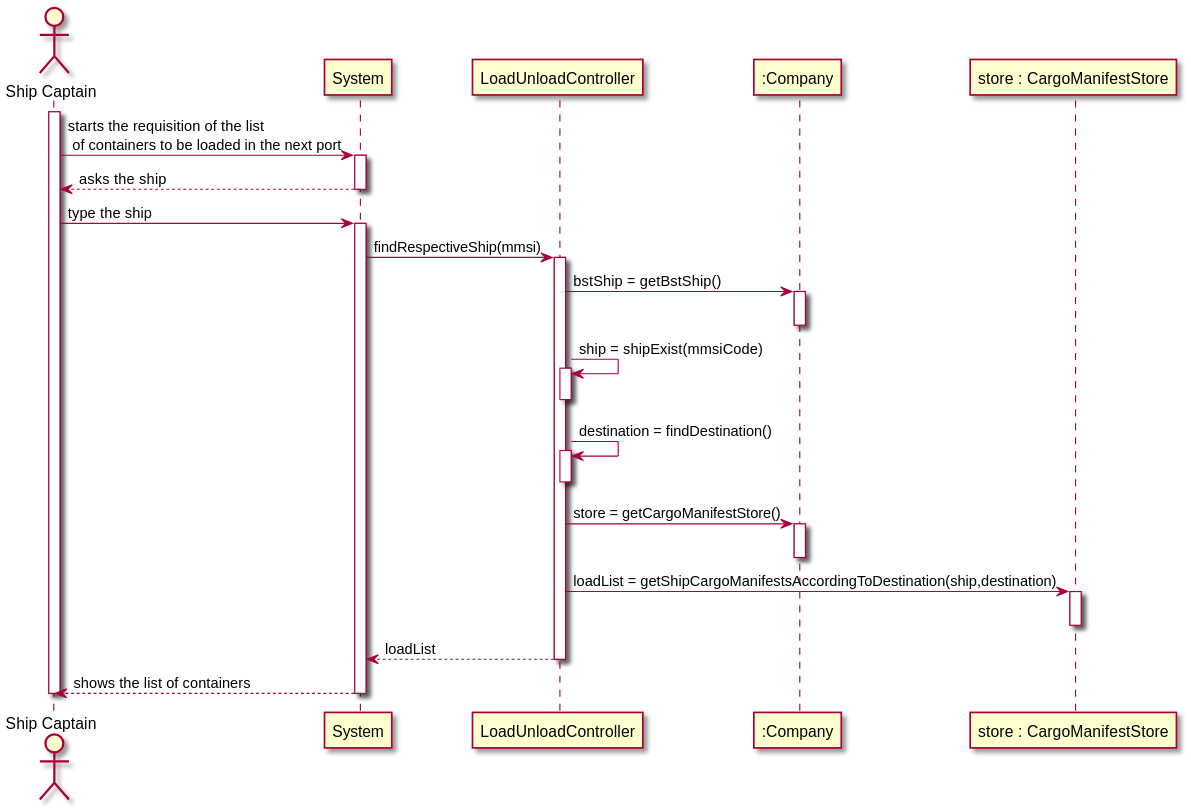
This is docs/US206/US206_SD.svg from 0franciscor/lapr3-2021-g042, a PlantUML export, as it was before one commit. The source it was exported from:
```plantuml
@startuml
actor "Ship Captain" as SC
participant "System" as SY
participant "LoadUnloadController" as CTR
participant ":Company" as CP
participant "store : CargoManifestStore" as ST

activate SC
SC -> SY : starts the requisition of the list \n of containers to be loaded in the next port
activate SY



SY --> SC : asks the ship
deactivate SY
SC -> SY : type the ship

activate SY
SY -> CTR: findRespectiveShip(mmsi)
activate CTR
CTR -> CP : bstShip = getBstShip()
activate CP
deactivate CP

CTR -> CTR: ship = shipExist(mmsiCode)
activate CTR
deactivate CTR
CTR -> CTR : destination = findDestination()
activate CTR
deactivate CTR
CTR ->CP : store = getCargoManifestStore()
activate CP
deactivate CP
CTR -> ST :loadList = getShipCargoManifestsAccordingToDestination(ship,destination)
activate ST
deactivate ST

CTR --> SY : loadList

deactivate CTR
SY --> SC : shows the list of containers
deactivate SY
deactivate SC
@enduml
```
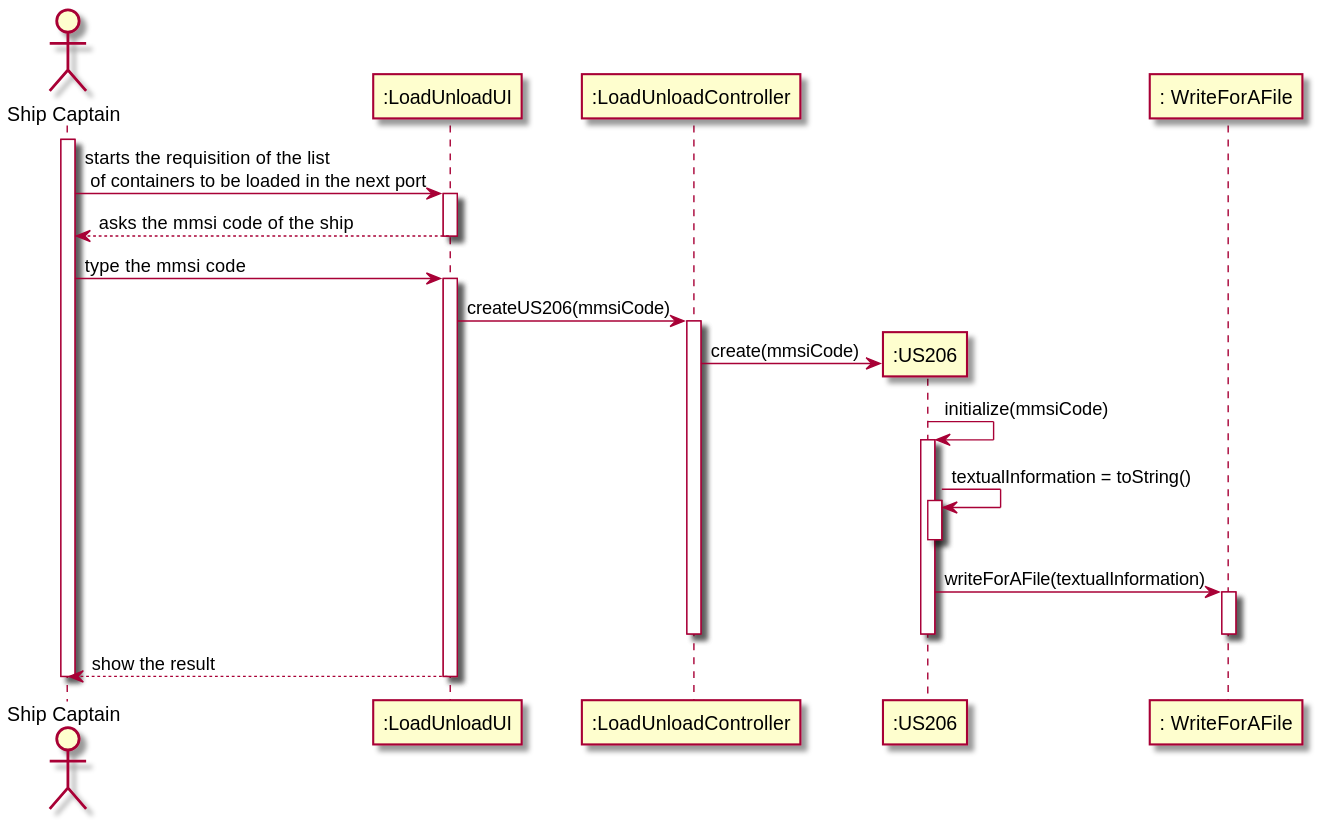
Later version of the same file.

The edit, as a diff of the source:
```diff
@@ -1,44 +1,43 @@
 @startuml
+
 actor "Ship Captain" as SC
-participant "System" as SY
-participant "LoadUnloadController" as CTR
-participant ":Company" as CP
-participant "store : CargoManifestStore" as ST
-
-activate SC
-SC -> SY : starts the requisition of the list \n of containers to be loaded in the next port
-activate SY
+participant ":LoadUnloadUI" as UI
+participant ":LoadUnloadController" as CT
+participant ":US206" as US
+participant ": WriteForAFile" as WF
 
 
 
-SY --> SC : asks the ship
-deactivate SY
-SC -> SY : type the ship
+activate SC
+SC -> UI : starts the requisition of the list \n of containers to be loaded in the next port
+activate UI
+UI --> SC : asks the mmsi code of the ship
+deactivate UI
+SC -> UI : type the mmsi code
 
-activate SY
-SY -> CTR: findRespectiveShip(mmsi)
-activate CTR
-CTR -> CP : bstShip = getBstShip()
-activate CP
-deactivate CP
 
-CTR -> CTR: ship = shipExist(mmsiCode)
-activate CTR
-deactivate CTR
-CTR -> CTR : destination = findDestination()
-activate CTR
-deactivate CTR
-CTR ->CP : store = getCargoManifestStore()
-activate CP
-deactivate CP
-CTR -> ST :loadList = getShipCargoManifestsAccordingToDestination(ship,destination)
-activate ST
-deactivate ST
+activate UI
+UI->CT : createUS206(mmsiCode)
+activate CT
 
-CTR --> SY : loadList
 
-deactivate CTR
-SY --> SC : shows the list of containers
-deactivate SY
+CT -> US** : create(mmsiCode)
+
+US -> US: initialize(mmsiCode)
+activate US
+
+US -> US : textualInformation = toString()
+activate US
+deactivate US
+US -> WF : writeForAFile(textualInformation)
+
+activate WF
+deactivate WF
+
+deactivate US
+
+deactivate CT
+UI-->SC : show the result
+deactivate UI
 deactivate SC
 @enduml
```
